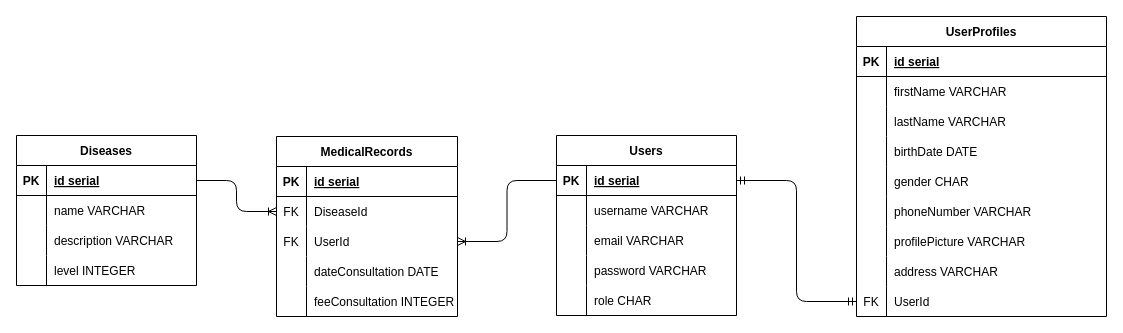
Before: schema.drawio in liliane673/GetWellSoon, a draw.io diagram. Source tidied: cells renumbered, new cells numbered last; positions are measured from the earlier drawing's top-left corner, leaving out a move shared by most shapes. Both pictures are drawn from the tidied source at 100%, with x=0, y=0 at pixel (16, 16).
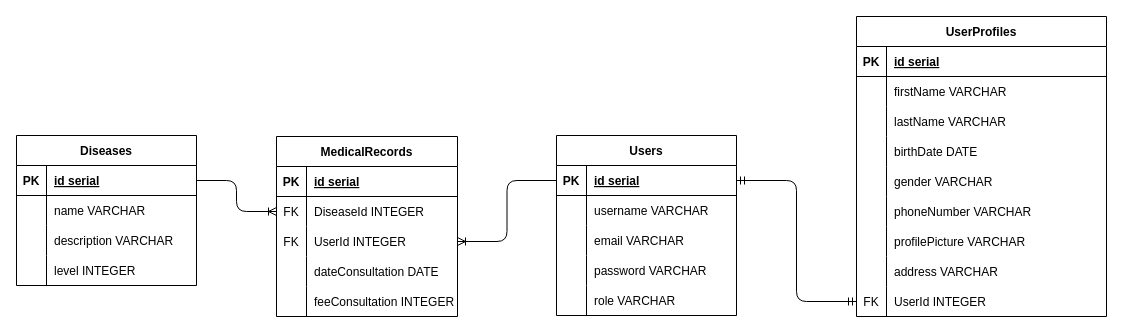
Above is the later version.

Commit message (it also covers changes not shown here):
Revisi schema and add database dummy

Unchanged cells that the change refers to:
```xml
<mxCell id="15" style="shape=tableRow;horizontal=0;startSize=0;swimlaneHead=0;swimlaneBody=0;fillColor=none;top=0;left=0;right=0;bottom=0;" parent="2" vertex="1">
  <mxGeometry y="150" width="180" height="30" as="geometry" />
</mxCell>
<mxCell id="31" style="shape=tableRow;horizontal=0;startSize=0;swimlaneHead=0;swimlaneBody=0;fillColor=none;top=0;left=0;right=0;bottom=0;" parent="18" vertex="1">
  <mxGeometry y="150" width="250" height="30" as="geometry" />
</mxCell>
<mxCell id="43" style="shape=tableRow;horizontal=0;startSize=0;swimlaneHead=0;swimlaneBody=0;fillColor=none;points=[[0,0.5],[1,0.5]];portConstraint=eastwest;top=0;left=0;right=0;bottom=0;" parent="18" vertex="1">
  <mxGeometry y="270" width="250" height="30" as="geometry" />
</mxCell>
<mxCell id="64" style="shape=tableRow;horizontal=0;startSize=0;swimlaneHead=0;swimlaneBody=0;fillColor=none;points=[[0,0.5],[1,0.5]];portConstraint=eastwest;top=0;left=0;right=0;bottom=0;" parent="60" vertex="1">
  <mxGeometry y="60" width="181" height="30" as="geometry" />
</mxCell>
<mxCell id="67" style="shape=tableRow;horizontal=0;startSize=0;swimlaneHead=0;swimlaneBody=0;fillColor=none;points=[[0,0.5],[1,0.5]];portConstraint=eastwest;top=0;left=0;right=0;bottom=0;" parent="60" vertex="1">
  <mxGeometry y="90" width="181" height="30" as="geometry" />
</mxCell>
```

Diff of the diagram source:
```diff
@@
-    <mxCell id="17" value="role CHAR" style="shape=partialRectangle;fillColor=none;top=0;left=0;bottom=0;right=0;align=left;spacingLeft=6;overflow=hidden;" parent="15" vertex="1">
+    <mxCell id="17" value="role VARCHAR" style="shape=partialRectangle;fillColor=none;top=0;left=0;bottom=0;right=0;align=left;spacingLeft=6;overflow=hidden;" parent="15" vertex="1">
       <mxGeometry x="30" width="150" height="30" as="geometry" />
     </mxCell>
@@
-    <mxCell id="33" value="gender CHAR" style="shape=partialRectangle;fillColor=none;top=0;left=0;bottom=0;right=0;align=left;spacingLeft=6;overflow=hidden;" parent="31" vertex="1">
+    <mxCell id="33" value="gender VARCHAR" style="shape=partialRectangle;fillColor=none;top=0;left=0;bottom=0;right=0;align=left;spacingLeft=6;overflow=hidden;" parent="31" vertex="1">
       <mxGeometry x="30" width="220" height="30" as="geometry" />
     </mxCell>
@@
-    <mxCell id="45" value="UserId" style="shape=partialRectangle;fillColor=none;top=0;left=0;bottom=0;right=0;align=left;spacingLeft=6;overflow=hidden;" parent="43" vertex="1">
+    <mxCell id="45" value="UserId INTEGER" style="shape=partialRectangle;fillColor=none;top=0;left=0;bottom=0;right=0;align=left;spacingLeft=6;overflow=hidden;" parent="43" vertex="1">
       <mxGeometry x="30" width="220" height="30" as="geometry" />
     </mxCell>
@@
-    <mxCell id="66" value="DiseaseId " style="shape=partialRectangle;fillColor=none;top=0;left=0;bottom=0;right=0;align=left;spacingLeft=6;overflow=hidden;" parent="64" vertex="1">
+    <mxCell id="66" value="DiseaseId INTEGER" style="shape=partialRectangle;fillColor=none;top=0;left=0;bottom=0;right=0;align=left;spacingLeft=6;overflow=hidden;" parent="64" vertex="1">
       <mxGeometry x="30" width="151" height="30" as="geometry" />
     </mxCell>
@@
-    <mxCell id="69" value="UserId" style="shape=partialRectangle;fillColor=none;top=0;left=0;bottom=0;right=0;align=left;spacingLeft=6;overflow=hidden;" parent="67" vertex="1">
+    <mxCell id="69" value="UserId INTEGER" style="shape=partialRectangle;fillColor=none;top=0;left=0;bottom=0;right=0;align=left;spacingLeft=6;overflow=hidden;" parent="67" vertex="1">
       <mxGeometry x="30" width="151" height="30" as="geometry" />
     </mxCell>
```
